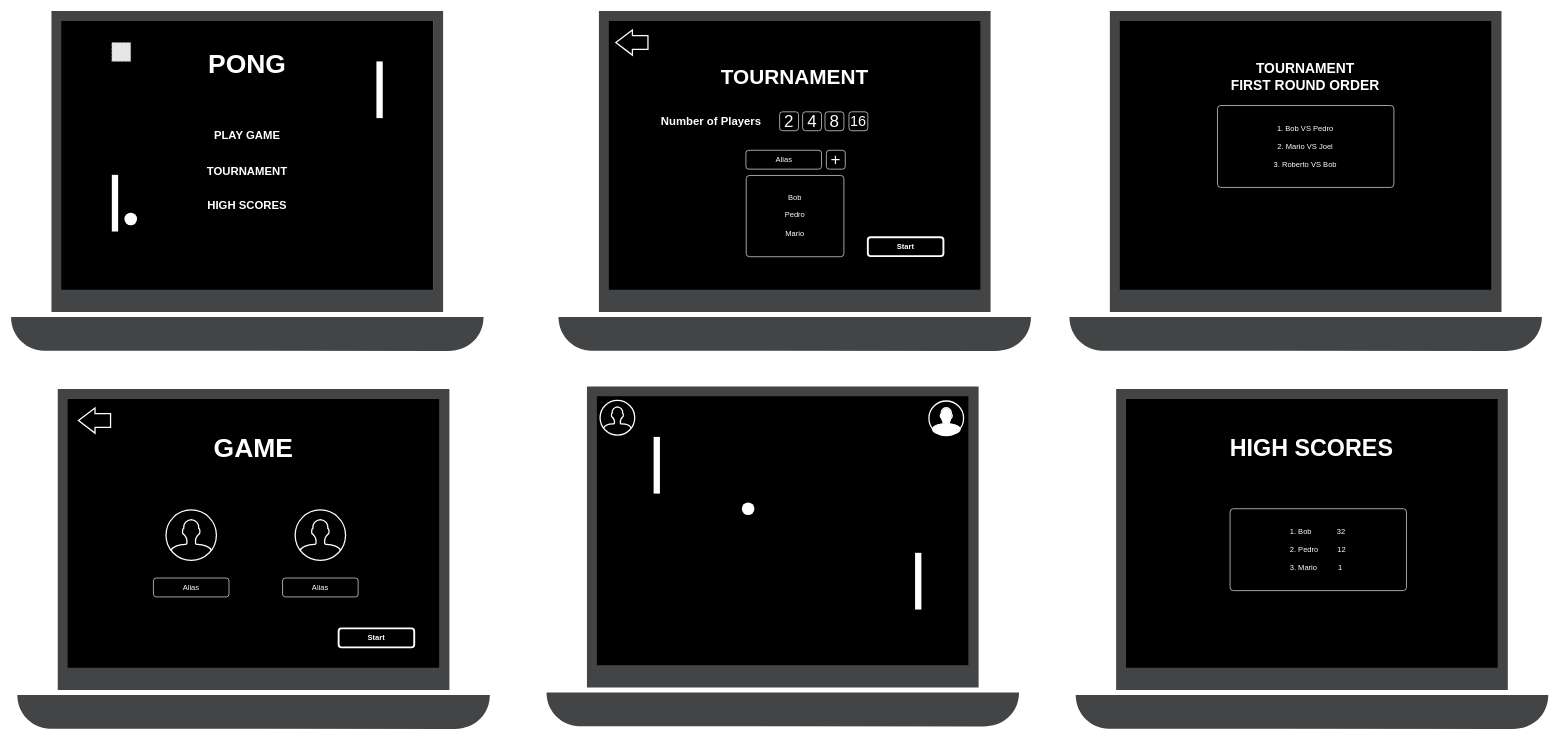
The draw.io diagram page "Website screens" (2 of 6) of docs/Architecture.drawio in 3lsy/transcendence, before the edit. Source tidied: cells renumbered, new cells numbered last; positions are measured from the earlier drawing's top-left corner, leaving out a move shared by most shapes. Both pictures are drawn from the tidied source at 63%, with x=0, y=0 at pixel (11, 11). Pictures stored in the file or linked from it are replaced by grey dashed boxes.
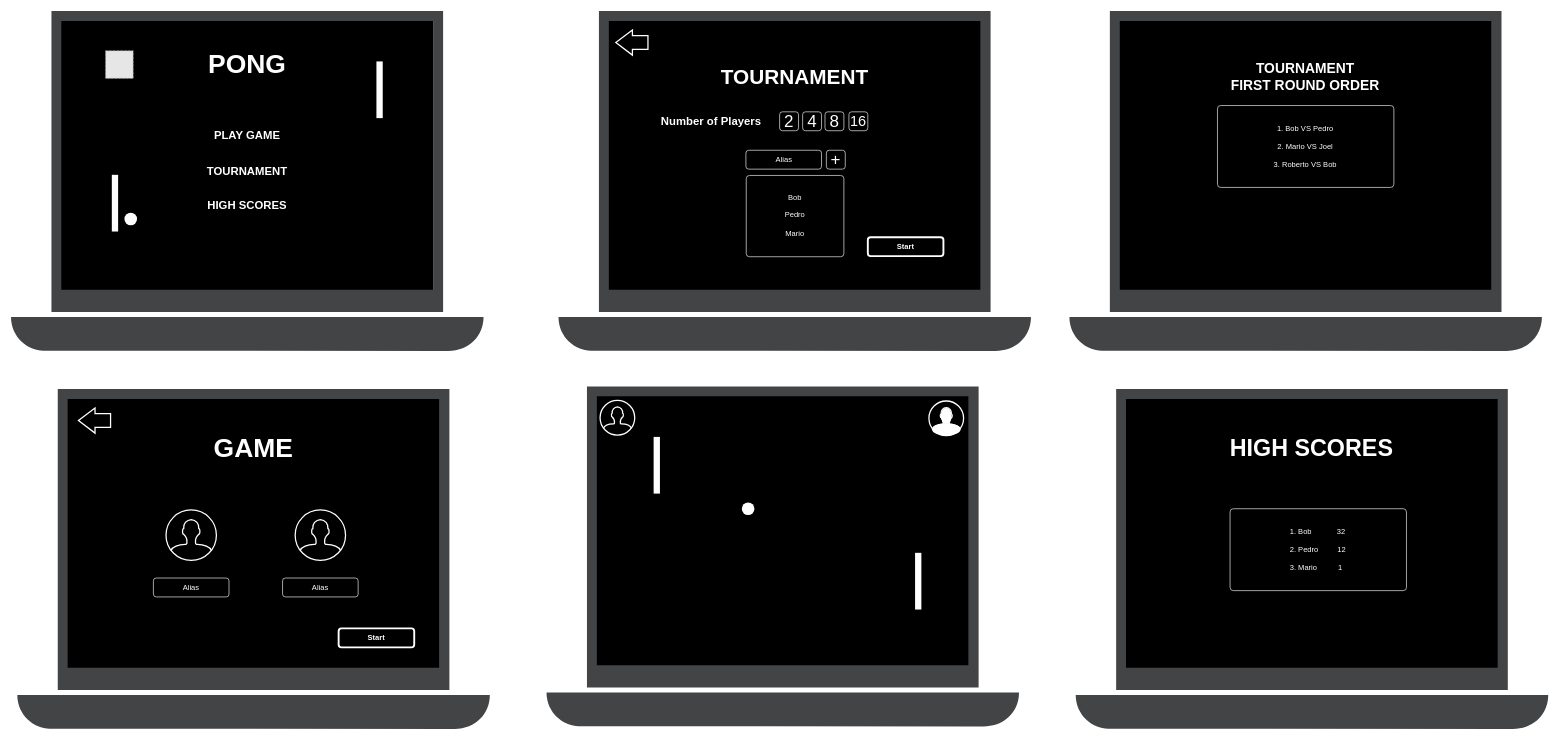
The same diagram, later.

Change to the diagram source:
```diff
@@
-    <mxCell id="36" style="fillColor=#E6E6E6;strokeColor=#999999;dashed=1;verticalLabelPosition=bottom;labelBackgroundColor=default;verticalAlign=top;" parent="1" vertex="1">
-      <mxGeometry x="160" y="50" width="30" height="30" as="geometry" />
-    </mxCell>
@@
+    <mxCell id="57" style="fillColor=#E6E6E6;strokeColor=#999999;dashed=1;" parent="1" vertex="1">
+      <mxGeometry x="150" y="63" width="44" height="44" as="geometry" />
+    </mxCell>
```
